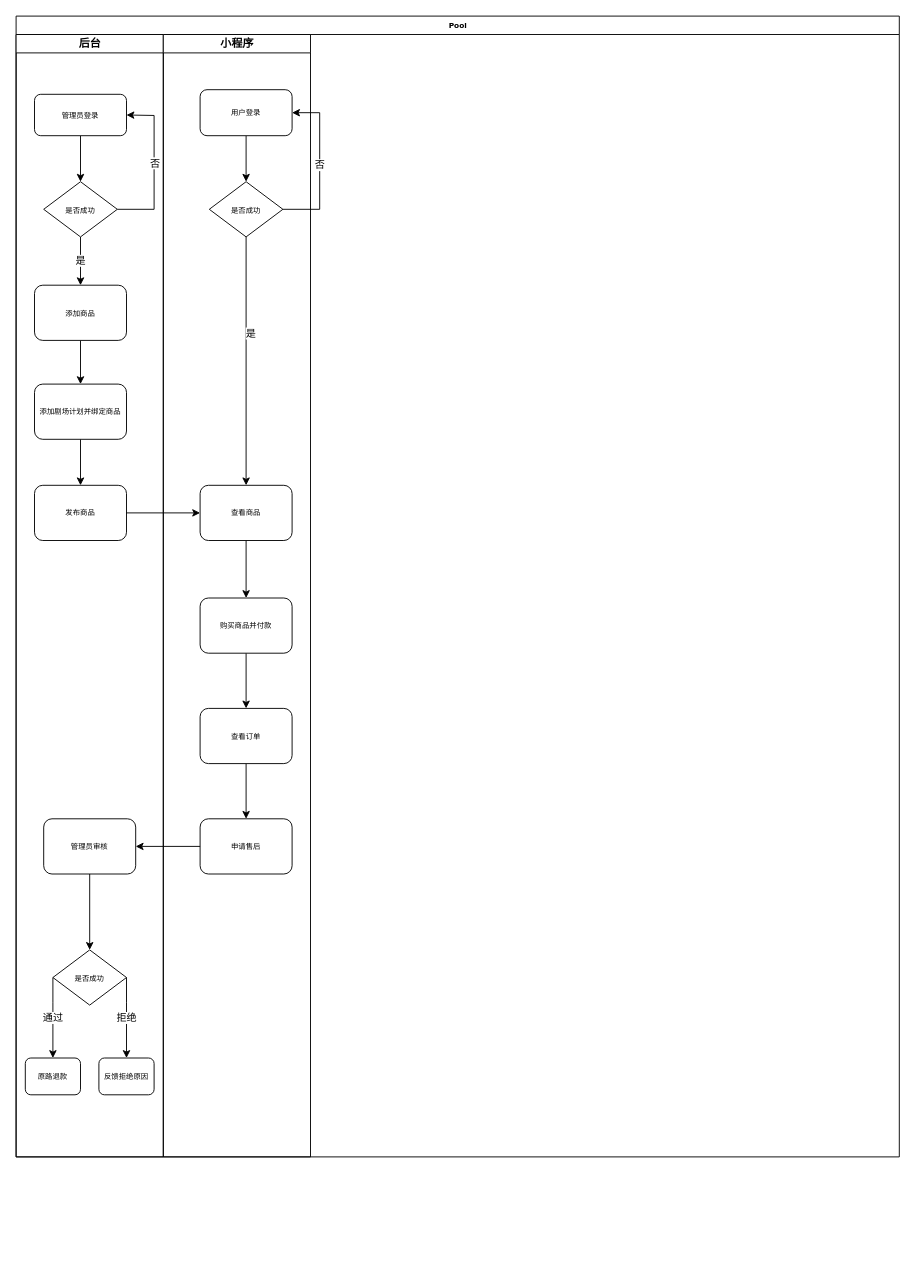
Above: galli.drawio in deanzz/blog (draw.io), before the change. Source tidied: cells renumbered, new cells numbered last; positions are measured from the earlier drawing's top-left corner, leaving out a move shared by most shapes. Both pictures are drawn from the tidied source at 92%, with x=0, y=0 at pixel (16, 16).
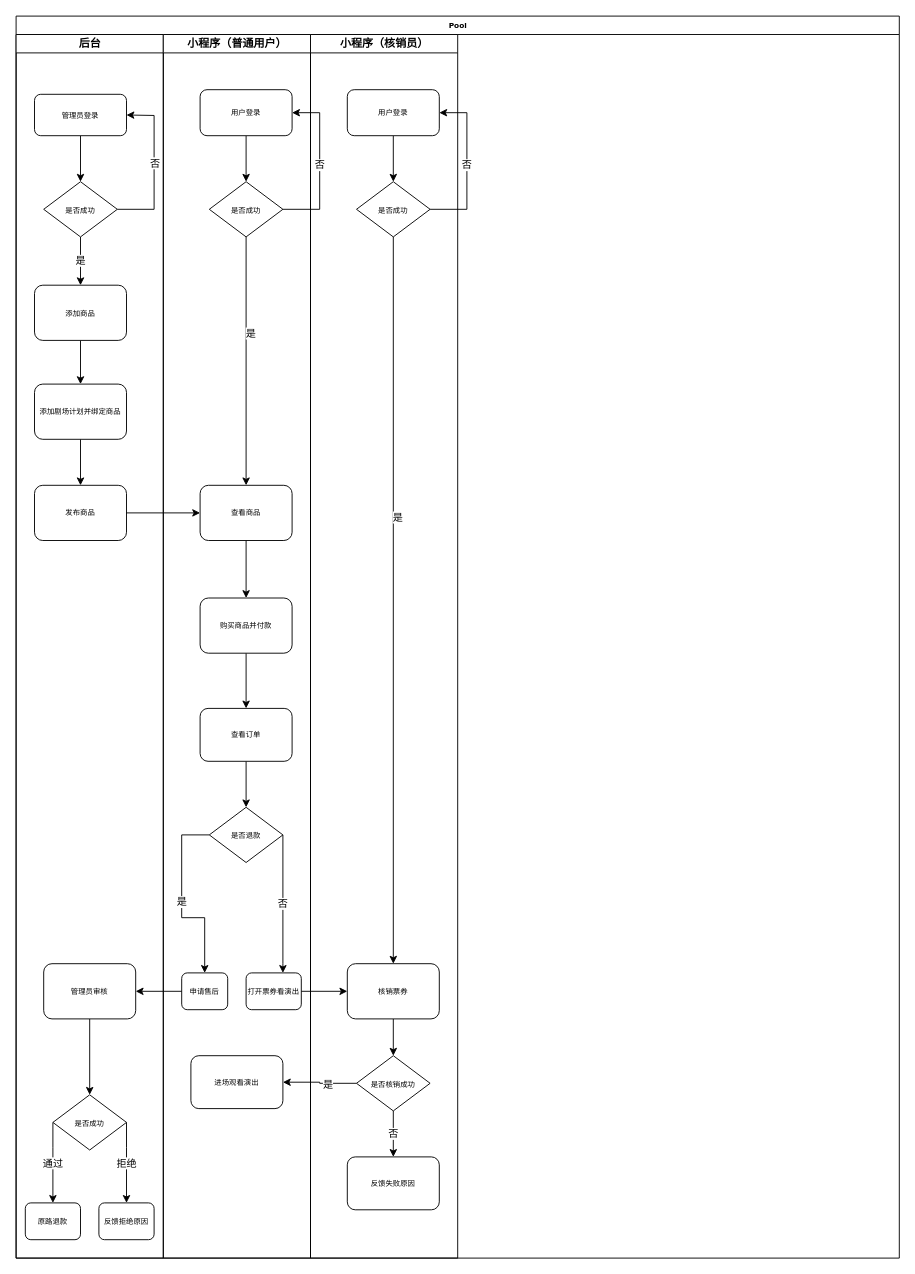
The same page after the edit.

Change to the diagram source:
```diff
@@
     <mxCell id="2" value="Pool" style="swimlane;html=1;startSize=20;rounded=0;shadow=0;labelBackgroundColor=none;strokeWidth=1;fontFamily=Verdana;fontSize=8;align=center;" parent="1" vertex="1">
-      <mxGeometry width="960" height="1240" as="geometry" />
+      <mxGeometry width="960" height="1350" as="geometry" />
     </mxCell>
     <mxCell id="3" value="后台" style="swimlane;html=1;startSize=20;" parent="2" vertex="1">
-      <mxGeometry y="20" width="160" height="1220" as="geometry" />
+      <mxGeometry y="20" width="160" height="1330" as="geometry" />
     </mxCell>
@@
     <mxCell id="14" value="管理员审核" style="rounded=1;whiteSpace=wrap;html=1;shadow=0;labelBackgroundColor=none;strokeWidth=1;fontFamily=Verdana;fontSize=8;align=center;" parent="3" vertex="1">
-      <mxGeometry x="30" y="852.5" width="100" height="60" as="geometry" />
+      <mxGeometry x="30" y="1010" width="100" height="60" as="geometry" />
     </mxCell>
     <mxCell id="15" value="通过" style="edgeStyle=orthogonalEdgeStyle;rounded=0;jettySize=auto;html=1;entryX=0.5;entryY=0;entryDx=0;entryDy=0;exitX=0;exitY=0.5;exitDx=0;exitDy=0;" parent="3" edge="1" source="16" target="17">
       <mxGeometry relative="1" as="geometry">
         <Array as="points">
-          <mxPoint x="40" y="1052.5" />
-          <mxPoint x="40" y="1052.5" />
+          <mxPoint x="40" y="1210" />
+          <mxPoint x="40" y="1210" />
         </Array>
       </mxGeometry>
     </mxCell>
     <mxCell id="16" value="&lt;span style=&quot;font-family: &amp;#34;verdana&amp;#34; ; font-size: 8px&quot;&gt;是否成功&lt;/span&gt;" style="rhombus;whiteSpace=wrap;html=1;" parent="3" vertex="1">
-      <mxGeometry x="40" y="995" width="80" height="60" as="geometry" />
+      <mxGeometry x="40" y="1152.5" width="80" height="60" as="geometry" />
     </mxCell>
     <mxCell id="17" value="原路退款" style="rounded=1;whiteSpace=wrap;html=1;shadow=0;labelBackgroundColor=none;strokeWidth=1;fontFamily=Verdana;fontSize=8;align=center;" parent="3" vertex="1">
-      <mxGeometry x="10" y="1112.5" width="60" height="40" as="geometry" />
+      <mxGeometry x="10" y="1270" width="60" height="40" as="geometry" />
     </mxCell>
     <mxCell id="18" value="拒绝" style="edgeStyle=orthogonalEdgeStyle;rounded=0;jettySize=auto;html=1;entryX=0.5;entryY=0;entryDx=0;entryDy=0;exitX=0;exitY=0.5;exitDx=0;exitDy=0;" parent="3" edge="1" target="19">
       <mxGeometry relative="1" as="geometry">
-        <mxPoint x="120" y="1025" as="sourcePoint" />
+        <mxPoint x="120" y="1182.5" as="sourcePoint" />
         <Array as="points">
-          <mxPoint x="120" y="1052.5" />
-          <mxPoint x="120" y="1052.5" />
+          <mxPoint x="120" y="1210" />
+          <mxPoint x="120" y="1210" />
         </Array>
       </mxGeometry>
     </mxCell>
     <mxCell id="19" value="反馈拒绝原因" style="rounded=1;whiteSpace=wrap;html=1;shadow=0;labelBackgroundColor=none;strokeWidth=1;fontFamily=Verdana;fontSize=8;align=center;" parent="3" vertex="1">
-      <mxGeometry x="90" y="1112.5" width="60" height="40" as="geometry" />
+      <mxGeometry x="90" y="1270" width="60" height="40" as="geometry" />
     </mxCell>
@@
-    <mxCell id="22" value="小程序" style="swimlane;html=1;startSize=20;" parent="2" vertex="1">
-      <mxGeometry x="160" y="20" width="160" height="1220" as="geometry" />
+    <mxCell id="22" value="小程序（普通用户）" style="swimlane;html=1;startSize=20;" parent="2" vertex="1">
+      <mxGeometry x="160" y="20" width="160" height="1330" as="geometry" />
     </mxCell>
@@
-    <mxCell id="33" style="edgeStyle=orthogonalEdgeStyle;rounded=0;jettySize=auto;html=1;" parent="22" edge="1" source="34" target="35">
-      <mxGeometry relative="1" as="geometry" />
-    </mxCell>
+    <mxCell id="38" style="edgeStyle=orthogonalEdgeStyle;rounded=0;jettySize=auto;html=1;" parent="22" edge="1" source="34" target="40">
+      <mxGeometry relative="1" as="geometry" />
+    </mxCell>
     <mxCell id="34" value="查看订单" style="rounded=1;whiteSpace=wrap;html=1;shadow=0;labelBackgroundColor=none;strokeWidth=1;fontFamily=Verdana;fontSize=8;align=center;" parent="22" vertex="1">
-      <mxGeometry x="40" y="732.5" width="100" height="60" as="geometry" />
+      <mxGeometry x="40" y="732.5" width="100" height="57.5" as="geometry" />
     </mxCell>
     <mxCell id="35" value="申请售后" style="rounded=1;whiteSpace=wrap;html=1;shadow=0;labelBackgroundColor=none;strokeWidth=1;fontFamily=Verdana;fontSize=8;align=center;" parent="22" vertex="1">
-      <mxGeometry x="40" y="852.5" width="100" height="60" as="geometry" />
+      <mxGeometry x="20" y="1020" width="50" height="40" as="geometry" />
     </mxCell>
+    <mxCell id="39" value="是" style="edgeStyle=orthogonalEdgeStyle;rounded=0;jettySize=auto;html=1;" parent="22" edge="1" source="40" target="35">
+      <mxGeometry relative="1" as="geometry">
+        <Array as="points">
+          <mxPoint x="20" y="870" />
+          <mxPoint x="20" y="960" />
+          <mxPoint x="45" y="960" />
+        </Array>
+      </mxGeometry>
+    </mxCell>
+    <mxCell id="40" value="&lt;span style=&quot;font-family: &amp;#34;verdana&amp;#34; ; font-size: 8px&quot;&gt;是否退款&lt;/span&gt;" style="rhombus;whiteSpace=wrap;html=1;" parent="22" vertex="1">
+      <mxGeometry x="50" y="840" width="80" height="60" as="geometry" />
+    </mxCell>
+    <mxCell id="41" value="打开票券看演出" style="rounded=1;whiteSpace=wrap;html=1;shadow=0;labelBackgroundColor=none;strokeWidth=1;fontFamily=Verdana;fontSize=8;align=center;" parent="22" vertex="1">
+      <mxGeometry x="90" y="1020" width="60" height="40" as="geometry" />
+    </mxCell>
+    <mxCell id="42" value="否" style="edgeStyle=orthogonalEdgeStyle;rounded=0;jettySize=auto;html=1;exitX=1;exitY=0.5;exitDx=0;exitDy=0;" parent="22" edge="1" source="40">
+      <mxGeometry relative="1" as="geometry">
+        <mxPoint x="130" y="1020" as="targetPoint" />
+        <Array as="points">
+          <mxPoint x="130" y="1010" />
+          <mxPoint x="130" y="1010" />
+        </Array>
+      </mxGeometry>
+    </mxCell>
+    <mxCell id="43" value="进场观看演出" style="rounded=1;whiteSpace=wrap;html=1;shadow=0;labelBackgroundColor=none;strokeWidth=1;fontFamily=Verdana;fontSize=8;align=center;" parent="22" vertex="1">
+      <mxGeometry x="30" y="1110" width="100" height="57.5" as="geometry" />
+    </mxCell>
@@
+    <mxCell id="44" value="小程序（核销员）" style="swimlane;html=1;startSize=20;" parent="2" vertex="1">
+      <mxGeometry x="320" y="20" width="160" height="1330" as="geometry" />
+    </mxCell>
+    <mxCell id="45" style="edgeStyle=orthogonalEdgeStyle;rounded=0;jettySize=auto;html=1;" parent="44" edge="1" source="46" target="49">
+      <mxGeometry relative="1" as="geometry" />
+    </mxCell>
+    <mxCell id="46" value="用户登录" style="rounded=1;whiteSpace=wrap;html=1;shadow=0;labelBackgroundColor=none;strokeWidth=1;fontFamily=Verdana;fontSize=8;align=center;" parent="44" vertex="1">
+      <mxGeometry x="40" y="60" width="100" height="50" as="geometry" />
+    </mxCell>
+    <mxCell id="47" style="edgeStyle=orthogonalEdgeStyle;rounded=0;jettySize=auto;html=1;" parent="44" edge="1" source="48" target="54">
+      <mxGeometry relative="1" as="geometry" />
+    </mxCell>
+    <mxCell id="48" value="核销票券" style="rounded=1;whiteSpace=wrap;html=1;shadow=0;labelBackgroundColor=none;strokeWidth=1;fontFamily=Verdana;fontSize=8;align=center;" parent="44" vertex="1">
+      <mxGeometry x="40" y="1010" width="100" height="60" as="geometry" />
+    </mxCell>
+    <mxCell id="49" value="&lt;span style=&quot;font-family: &amp;#34;verdana&amp;#34; ; font-size: 8px&quot;&gt;是否成功&lt;/span&gt;" style="rhombus;whiteSpace=wrap;html=1;" parent="44" vertex="1">
+      <mxGeometry x="50" y="160" width="80" height="60" as="geometry" />
+    </mxCell>
+    <mxCell id="50" value="否" style="endArrow=classic;html=1;rounded=0;entryX=1;entryY=0.5;entryDx=0;entryDy=0;exitX=1;exitY=0.5;exitDx=0;exitDy=0;" parent="44" edge="1" source="49" target="46">
+      <mxGeometry relative="1" as="geometry">
+        <Array as="points">
+          <mxPoint x="170" y="190" />
+          <mxPoint x="170" y="85" />
+        </Array>
+      </mxGeometry>
+    </mxCell>
+    <mxCell id="51" style="endArrow=classic;html=1;rounded=0;exitX=0.5;exitY=1;exitDx=0;exitDy=0;entryX=0.5;entryY=0;entryDx=0;entryDy=0;" parent="44" edge="1" source="49" target="48">
+      <mxGeometry relative="1" as="geometry" />
+    </mxCell>
+    <mxCell id="52" value="是" style="edgeLabel;html=1;align=center;verticalAlign=middle;" parent="51" vertex="1">
+      <mxGeometry x="-0.23" y="4" relative="1" as="geometry" />
+    </mxCell>
+    <mxCell id="53" value="否" style="edgeStyle=orthogonalEdgeStyle;rounded=0;jettySize=auto;html=1;" parent="44" edge="1" source="54" target="55">
+      <mxGeometry relative="1" as="geometry" />
+    </mxCell>
+    <mxCell id="54" value="&lt;span style=&quot;font-family: &amp;#34;verdana&amp;#34; ; font-size: 8px&quot;&gt;是否核销成功&lt;/span&gt;" style="rhombus;whiteSpace=wrap;html=1;" parent="44" vertex="1">
+      <mxGeometry x="50" y="1110" width="80" height="60" as="geometry" />
+    </mxCell>
+    <mxCell id="55" value="反馈失败原因" style="rounded=1;whiteSpace=wrap;html=1;shadow=0;labelBackgroundColor=none;strokeWidth=1;fontFamily=Verdana;fontSize=8;align=center;" parent="44" vertex="1">
+      <mxGeometry x="40" y="1220" width="100" height="57.5" as="geometry" />
+    </mxCell>
+    <mxCell id="56" style="edgeStyle=orthogonalEdgeStyle;rounded=0;jettySize=auto;html=1;" parent="2" edge="1" source="41" target="48">
+      <mxGeometry relative="1" as="geometry" />
+    </mxCell>
+    <mxCell id="57" style="edgeStyle=orthogonalEdgeStyle;rounded=0;jettySize=auto;html=1;" parent="2" edge="1" source="54" target="43">
+      <mxGeometry relative="1" as="geometry" />
+    </mxCell>
+    <mxCell id="58" value="是" style="edgeLabel;html=1;align=center;verticalAlign=middle;" parent="57" vertex="1">
+      <mxGeometry x="-0.21" y="1" relative="1" as="geometry" />
+    </mxCell>
```
